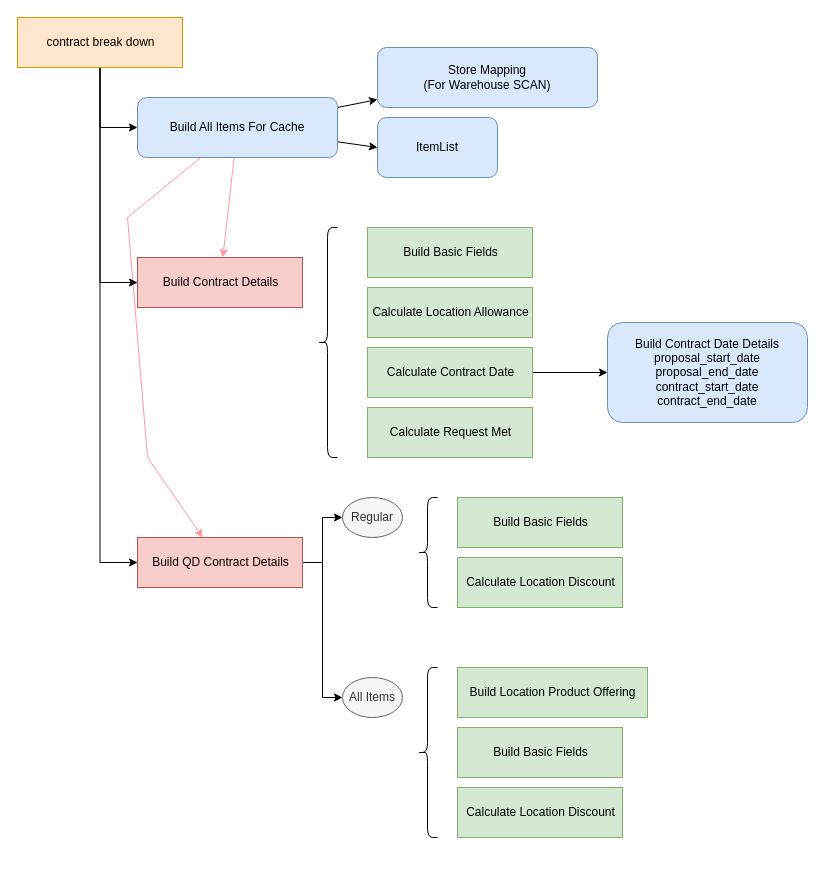
Earlier version of the draw.io diagram contractbreakdownsequence.drawio (dajin-kingland/UMLdiagrams). Source tidied: cells renumbered, new cells numbered last; positions are measured from the earlier drawing's top-left corner, leaving out a move shared by most shapes. Both pictures are drawn from the tidied source at 100%, with x=0, y=0 at pixel (17, 17).
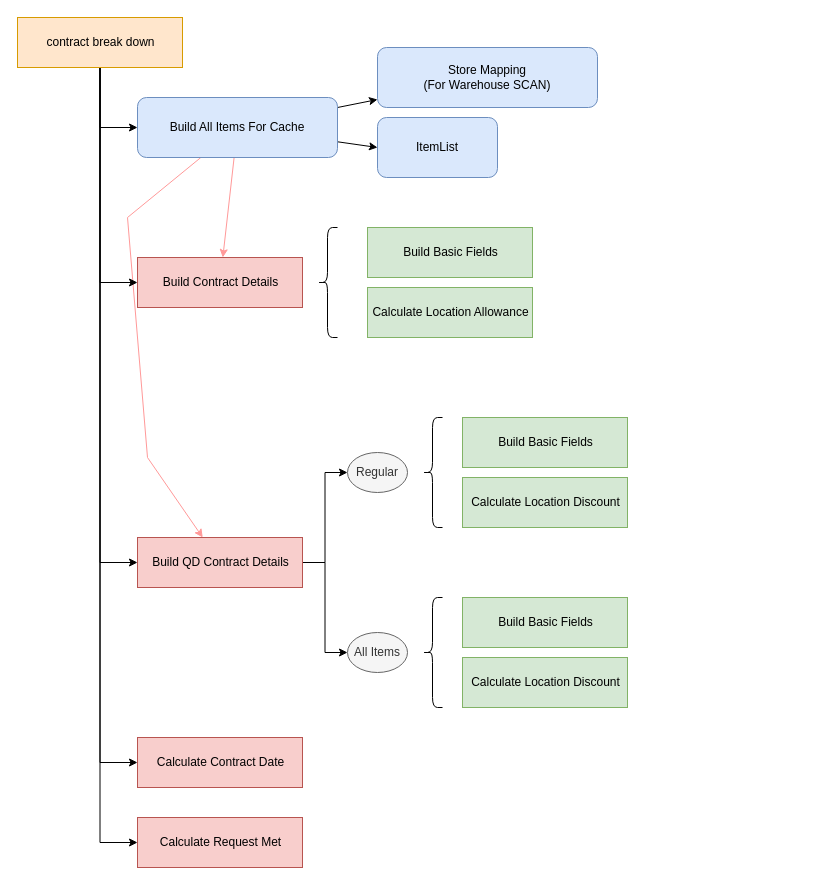
The same diagram, later.

The change refers to these unchanged cells:
```xml
<mxCell id="12" value="Build QD Contract Details" style="html=1;fillColor=#f8cecc;strokeColor=#b85450;" parent="1" vertex="1">
  <mxGeometry x="120" y="520" width="165" height="50" as="geometry" />
</mxCell>
<mxCell id="24" value="contract break down" style="html=1;fillColor=#ffe6cc;strokeColor=#d79b00;" parent="1" vertex="1">
  <mxGeometry width="165" height="50" as="geometry" />
</mxCell>
```

What changed in the source:
```diff
@@
-    <mxCell id="2" value="Build Contract Date Details&lt;br&gt;proposal_start_date&lt;br&gt;proposal_end_date&lt;br&gt;contract_start_date&lt;br&gt;contract_end_date" style="rounded=1;whiteSpace=wrap;html=1;fillColor=#dae8fc;strokeColor=#6c8ebf;" parent="1" vertex="1">
-      <mxGeometry x="590" y="305" width="200" height="100" as="geometry" />
-    </mxCell>
@@
-    <mxCell id="8" value="Calculate Request Met" style="html=1;fillColor=#d5e8d4;strokeColor=#82b366;" parent="1" vertex="1">
-      <mxGeometry x="350" y="390" width="165" height="50" as="geometry" />
-    </mxCell>
@@
-    <mxCell id="11" style="edgeStyle=orthogonalEdgeStyle;rounded=0;jettySize=auto;html=1;" parent="1" edge="1" source="12" target="19">
+    <mxCell id="11" style="edgeStyle=orthogonalEdgeStyle;rounded=0;jettySize=auto;html=1;entryX=0;entryY=0.5;entryDx=0;entryDy=0;" parent="1" edge="1" source="12" target="19">
       <mxGeometry relative="1" as="geometry" />
     </mxCell>
@@
-    <mxCell id="13" style="edgeStyle=none;rounded=0;jettySize=auto;html=1;" parent="1" edge="1" source="14" target="2">
-      <mxGeometry relative="1" as="geometry" />
-    </mxCell>
-    <mxCell id="14" value="Calculate Contract Date" style="html=1;fillColor=#d5e8d4;strokeColor=#82b366;" parent="1" vertex="1">
-      <mxGeometry x="350" y="330" width="165" height="50" as="geometry" />
-    </mxCell>
@@
     <mxCell id="17" value="Build Basic Fields" style="html=1;fillColor=#d5e8d4;strokeColor=#82b366;" parent="1" vertex="1">
-      <mxGeometry x="440" y="480" width="165" height="50" as="geometry" />
+      <mxGeometry x="445" y="400" width="165" height="50" as="geometry" />
     </mxCell>
     <mxCell id="18" value="Calculate Location Discount" style="html=1;fillColor=#d5e8d4;strokeColor=#82b366;" parent="1" vertex="1">
-      <mxGeometry x="440" y="540" width="165" height="50" as="geometry" />
+      <mxGeometry x="445" y="460" width="165" height="50" as="geometry" />
     </mxCell>
     <mxCell id="19" value="Regular" style="ellipse;whiteSpace=wrap;html=1;fillColor=#f5f5f5;strokeColor=#666666;fontColor=#333333;" parent="1" vertex="1">
-      <mxGeometry x="325" y="480" width="60" height="40" as="geometry" />
+      <mxGeometry x="330" y="435" width="60" height="40" as="geometry" />
     </mxCell>
     <mxCell id="20" value="All Items" style="ellipse;whiteSpace=wrap;html=1;fillColor=#f5f5f5;strokeColor=#666666;fontColor=#333333;" parent="1" vertex="1">
-      <mxGeometry x="325" y="660" width="60" height="40" as="geometry" />
+      <mxGeometry x="330" y="615" width="60" height="40" as="geometry" />
     </mxCell>
@@
+    <mxCell id="33" style="edgeStyle=orthogonalEdgeStyle;rounded=0;jettySize=auto;html=1;entryX=0;entryY=0.5;entryDx=0;entryDy=0;" parent="1" edge="1" source="24" target="14">
+      <mxGeometry relative="1" as="geometry" />
+    </mxCell>
+    <mxCell id="34" style="edgeStyle=orthogonalEdgeStyle;rounded=0;jettySize=auto;html=1;entryX=0;entryY=0.5;entryDx=0;entryDy=0;strokeColor=#000000;" parent="1" edge="1" source="24" target="8">
+      <mxGeometry relative="1" as="geometry" />
+    </mxCell>
@@
     <mxCell id="25" value="Build Basic Fields" style="html=1;fillColor=#d5e8d4;strokeColor=#82b366;" parent="1" vertex="1">
-      <mxGeometry x="440" y="710" width="165" height="50" as="geometry" />
+      <mxGeometry x="445" y="580" width="165" height="50" as="geometry" />
     </mxCell>
     <mxCell id="26" value="Calculate Location Discount" style="html=1;fillColor=#d5e8d4;strokeColor=#82b366;" parent="1" vertex="1">
-      <mxGeometry x="440" y="770" width="165" height="50" as="geometry" />
+      <mxGeometry x="445" y="640" width="165" height="50" as="geometry" />
     </mxCell>
@@
     <mxCell id="29" style="shape=curlyBracket;whiteSpace=wrap;html=1;rounded=1;gradientColor=none;" parent="1" vertex="1">
-      <mxGeometry x="400" y="480" width="20" height="110" as="geometry" />
+      <mxGeometry x="405" y="400" width="20" height="110" as="geometry" />
     </mxCell>
     <mxCell id="30" style="shape=curlyBracket;whiteSpace=wrap;html=1;rounded=1;gradientColor=none;size=0.5;" parent="1" vertex="1">
-      <mxGeometry x="300" y="210" width="20" height="230" as="geometry" />
+      <mxGeometry x="300" y="210" width="20" height="110" as="geometry" />
     </mxCell>
     <mxCell id="31" style="shape=curlyBracket;whiteSpace=wrap;html=1;rounded=1;gradientColor=none;" parent="1" vertex="1">
-      <mxGeometry x="400" y="650" width="20" height="170" as="geometry" />
+      <mxGeometry x="405" y="580" width="20" height="110" as="geometry" />
     </mxCell>
-    <mxCell id="32" value="Build Location Product Offering" style="html=1;fillColor=#d5e8d4;strokeColor=#82b366;" parent="1" vertex="1">
-      <mxGeometry x="440" y="650" width="190" height="50" as="geometry" />
-    </mxCell>
+    <mxCell id="14" value="Calculate Contract Date" style="html=1;fillColor=#f8cecc;strokeColor=#b85450;" parent="1" vertex="1">
+      <mxGeometry x="120" y="720" width="165" height="50" as="geometry" />
+    </mxCell>
+    <mxCell id="8" value="Calculate Request Met" style="html=1;fillColor=#f8cecc;strokeColor=#b85450;" parent="1" vertex="1">
+      <mxGeometry x="120" y="800" width="165" height="50" as="geometry" />
+    </mxCell>
```
